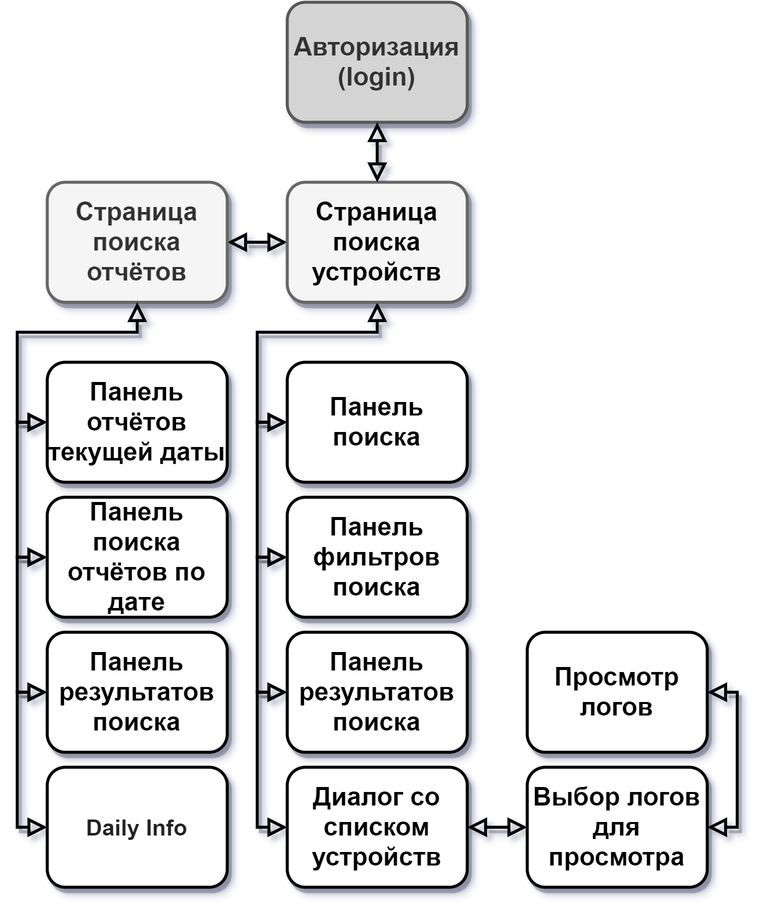
This is docs_my/explanatory_note/res/form_tree.png from Avendattor/GQW_Graduation_Qualification_Work_2020, a draw.io export, as it was before one commit. Source tidied: cells renumbered, new cells last; positions are measured from the earlier drawing's top-left corner, leaving out a move shared by most shapes.
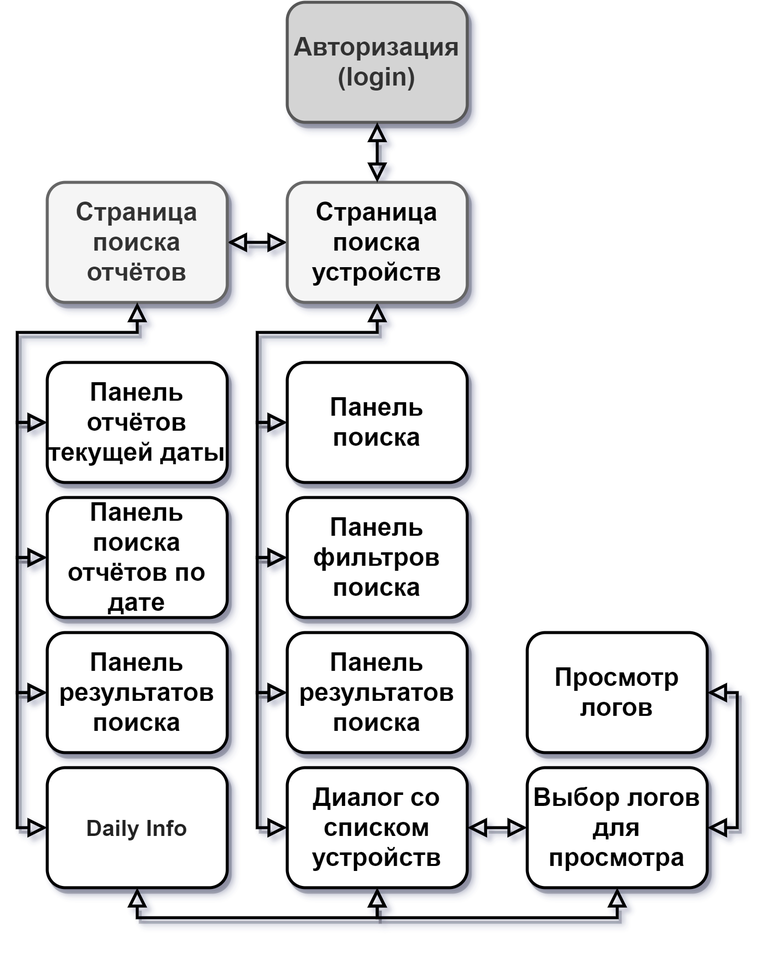
After the change.

Commit message:
EN: * form_tree

The edit, as a diff of the source:
```diff
@@ -5,7 +5,7 @@
     <mxCell id="2" value="Авторизация&lt;br&gt;(login)" style="rounded=1;whiteSpace=wrap;html=1;fontSize=17;glass=0;strokeWidth=2;shadow=1;fontStyle=1;fillColor=#D4D4D4;strokeColor=#595959;fontColor=#333333;comic=0;" parent="1" vertex="1">
       <mxGeometry x="160" width="120" height="80" as="geometry" />
     </mxCell>
-    <mxCell id="3" style="edgeStyle=orthogonalEdgeStyle;rounded=0;comic=0;jettySize=auto;html=1;exitX=0.5;exitY=1;exitDx=0;exitDy=0;entryX=0;entryY=0.5;entryDx=0;entryDy=0;shadow=1;labelBackgroundColor=none;startArrow=block;startFill=0;startSize=8;endArrow=block;endFill=0;endSize=8;strokeWidth=2;fontSize=17;" parent="1" edge="1" source="5" target="17">
+    <mxCell id="3" style="edgeStyle=orthogonalEdgeStyle;rounded=0;comic=0;jettySize=auto;html=1;exitX=0.5;exitY=1;exitDx=0;exitDy=0;entryX=0;entryY=0.5;entryDx=0;entryDy=0;shadow=1;labelBackgroundColor=none;startArrow=block;startFill=0;startSize=8;endArrow=block;endFill=0;endSize=8;strokeWidth=2;fontSize=17;" parent="1" edge="1" source="5" target="18">
       <mxGeometry relative="1" as="geometry" />
     </mxCell>
     <mxCell id="4" style="edgeStyle=orthogonalEdgeStyle;rounded=0;comic=0;jettySize=auto;html=1;exitX=0;exitY=0.5;exitDx=0;exitDy=0;entryX=1;entryY=0.5;entryDx=0;entryDy=0;shadow=1;labelBackgroundColor=none;startArrow=block;startFill=0;startSize=8;endArrow=block;endFill=0;endSize=8;strokeWidth=2;fontSize=17;" parent="1" edge="1" source="5" target="6">
@@ -29,7 +29,7 @@
     <mxCell id="10" style="edgeStyle=orthogonalEdgeStyle;rounded=0;comic=0;jettySize=auto;html=1;exitX=0;exitY=0.5;exitDx=0;exitDy=0;entryX=0;entryY=0.5;entryDx=0;entryDy=0;shadow=1;labelBackgroundColor=none;startArrow=block;startFill=0;startSize=8;endArrow=block;endFill=0;endSize=8;strokeWidth=2;fontSize=17;" parent="1" edge="1" source="12" target="13">
       <mxGeometry relative="1" as="geometry" />
     </mxCell>
-    <mxCell id="11" style="edgeStyle=orthogonalEdgeStyle;rounded=0;comic=0;jettySize=auto;html=1;exitX=0;exitY=0.5;exitDx=0;exitDy=0;entryX=0;entryY=0.5;entryDx=0;entryDy=0;shadow=1;labelBackgroundColor=none;startArrow=block;startFill=0;startSize=8;endArrow=block;endFill=0;endSize=8;strokeWidth=2;fontSize=17;" parent="1" edge="1" source="12" target="17">
+    <mxCell id="11" style="edgeStyle=orthogonalEdgeStyle;rounded=0;comic=0;jettySize=auto;html=1;exitX=0;exitY=0.5;exitDx=0;exitDy=0;entryX=0;entryY=0.5;entryDx=0;entryDy=0;shadow=1;labelBackgroundColor=none;startArrow=block;startFill=0;startSize=8;endArrow=block;endFill=0;endSize=8;strokeWidth=2;fontSize=17;" parent="1" edge="1" source="12" target="18">
       <mxGeometry relative="1" as="geometry" />
     </mxCell>
     <mxCell id="12" value="Панель фильтров поиска" style="rounded=1;whiteSpace=wrap;html=1;fontSize=17;glass=0;strokeWidth=2;shadow=1;fontStyle=1;comic=0;" parent="1" vertex="1">
@@ -38,44 +38,50 @@
     <mxCell id="13" value="Панель результатов поиска" style="rounded=1;whiteSpace=wrap;html=1;fontSize=17;glass=0;strokeWidth=2;shadow=1;fontStyle=1;comic=0;" parent="1" vertex="1">
       <mxGeometry x="160" y="420" width="120" height="80" as="geometry" />
     </mxCell>
-    <mxCell id="14" style="edgeStyle=orthogonalEdgeStyle;rounded=0;comic=0;jettySize=auto;html=1;exitX=0;exitY=0.5;exitDx=0;exitDy=0;entryX=0;entryY=0.5;entryDx=0;entryDy=0;shadow=1;labelBackgroundColor=none;startArrow=block;startFill=0;startSize=8;endArrow=block;endFill=0;endSize=8;strokeWidth=2;fontSize=17;" parent="1" edge="1" source="16" target="13">
+    <mxCell id="14" style="edgeStyle=orthogonalEdgeStyle;rounded=0;comic=0;jettySize=auto;html=1;exitX=0;exitY=0.5;exitDx=0;exitDy=0;entryX=0;entryY=0.5;entryDx=0;entryDy=0;shadow=1;labelBackgroundColor=none;startArrow=block;startFill=0;startSize=8;endArrow=block;endFill=0;endSize=8;strokeWidth=2;fontSize=17;" parent="1" edge="1" source="17" target="13">
       <mxGeometry relative="1" as="geometry" />
     </mxCell>
-    <mxCell id="15" style="edgeStyle=orthogonalEdgeStyle;rounded=0;comic=0;jettySize=auto;html=1;exitX=1;exitY=0.5;exitDx=0;exitDy=0;entryX=0;entryY=0.5;entryDx=0;entryDy=0;shadow=1;labelBackgroundColor=none;startArrow=block;startFill=0;startSize=8;endArrow=block;endFill=0;endSize=8;strokeWidth=2;fontSize=17;" parent="1" edge="1" source="16" target="25">
+    <mxCell id="15" style="edgeStyle=orthogonalEdgeStyle;rounded=0;comic=0;jettySize=auto;html=1;exitX=1;exitY=0.5;exitDx=0;exitDy=0;entryX=0;entryY=0.5;entryDx=0;entryDy=0;shadow=1;labelBackgroundColor=none;startArrow=block;startFill=0;startSize=8;endArrow=block;endFill=0;endSize=8;strokeWidth=2;fontSize=17;" parent="1" edge="1" source="17" target="27">
       <mxGeometry relative="1" as="geometry" />
     </mxCell>
-    <mxCell id="16" value="Диалог со списком устройств" style="rounded=1;whiteSpace=wrap;html=1;fontSize=17;glass=0;strokeWidth=2;shadow=1;fontStyle=1;comic=0;" parent="1" vertex="1">
-      <mxGeometry x="160" y="510" width="120" height="80" as="geometry" />
+    <mxCell id="16" style="edgeStyle=orthogonalEdgeStyle;rounded=0;comic=0;jettySize=auto;html=1;exitX=0.5;exitY=1;exitDx=0;exitDy=0;entryX=0.5;entryY=1;entryDx=0;entryDy=0;shadow=1;labelBackgroundColor=none;startArrow=block;startFill=0;startSize=8;endArrow=block;endFill=0;endSize=8;strokeWidth=2;fontSize=17;" parent="1" edge="1" source="17" target="27">
+      <mxGeometry relative="1" as="geometry" />
     </mxCell>
-    <mxCell id="17" value="Панель поиска" style="rounded=1;whiteSpace=wrap;html=1;fontSize=17;glass=0;strokeWidth=2;shadow=1;fontStyle=1;comic=0;" parent="1" vertex="1">
-      <mxGeometry x="160" y="240" width="120" height="80" as="geometry" />
+    <mxCell id="17" value="Диалог со списком устройств" style="rounded=1;whiteSpace=wrap;html=1;fontSize=17;glass=0;strokeWidth=2;shadow=1;fontStyle=1;comic=0;" parent="1" vertex="1">
+      <mxGeometry x="160" y="510" width="120" height="80" as="geometry" />
     </mxCell>
-    <mxCell id="18" style="edgeStyle=orthogonalEdgeStyle;rounded=0;comic=0;jettySize=auto;html=1;exitX=0;exitY=0.5;exitDx=0;exitDy=0;entryX=0;entryY=0.5;entryDx=0;entryDy=0;shadow=1;labelBackgroundColor=none;startArrow=block;startFill=0;startSize=8;endArrow=block;endFill=0;endSize=8;strokeWidth=2;fontSize=17;" parent="1" edge="1" source="20" target="9">
-      <mxGeometry relative="1" as="geometry" />
+    <mxCell id="18" value="Панель поиска" style="rounded=1;whiteSpace=wrap;html=1;fontSize=17;glass=0;strokeWidth=2;shadow=1;fontStyle=1;comic=0;" parent="1" vertex="1">
+      <mxGeometry x="160" y="240" width="120" height="80" as="geometry" />
     </mxCell>
-    <mxCell id="19" style="edgeStyle=orthogonalEdgeStyle;rounded=0;comic=0;jettySize=auto;html=1;exitX=0;exitY=0.5;exitDx=0;exitDy=0;entryX=0;entryY=0.5;entryDx=0;entryDy=0;shadow=1;labelBackgroundColor=none;startArrow=block;startFill=0;startSize=8;endArrow=block;endFill=0;endSize=8;strokeWidth=2;fontSize=17;" parent="1" edge="1" source="20" target="22">
+    <mxCell id="19" style="edgeStyle=orthogonalEdgeStyle;rounded=0;comic=0;jettySize=auto;html=1;exitX=0;exitY=0.5;exitDx=0;exitDy=0;entryX=0;entryY=0.5;entryDx=0;entryDy=0;shadow=1;labelBackgroundColor=none;startArrow=block;startFill=0;startSize=8;endArrow=block;endFill=0;endSize=8;strokeWidth=2;fontSize=17;" parent="1" edge="1" source="21" target="9">
       <mxGeometry relative="1" as="geometry" />
     </mxCell>
-    <mxCell id="20" value="Панель поиска отчётов по дате" style="rounded=1;whiteSpace=wrap;html=1;fontSize=17;glass=0;strokeWidth=2;shadow=1;fontStyle=1;comic=0;" parent="1" vertex="1">
-      <mxGeometry y="330" width="120" height="80" as="geometry" />
+    <mxCell id="20" style="edgeStyle=orthogonalEdgeStyle;rounded=0;comic=0;jettySize=auto;html=1;exitX=0;exitY=0.5;exitDx=0;exitDy=0;entryX=0;entryY=0.5;entryDx=0;entryDy=0;shadow=1;labelBackgroundColor=none;startArrow=block;startFill=0;startSize=8;endArrow=block;endFill=0;endSize=8;strokeWidth=2;fontSize=17;" parent="1" edge="1" source="21" target="23">
+      <mxGeometry relative="1" as="geometry" />
     </mxCell>
-    <mxCell id="21" style="edgeStyle=orthogonalEdgeStyle;rounded=0;comic=0;jettySize=auto;html=1;exitX=0;exitY=0.5;exitDx=0;exitDy=0;entryX=0;entryY=0.5;entryDx=0;entryDy=0;shadow=1;labelBackgroundColor=none;startArrow=block;startFill=0;startSize=8;endArrow=block;endFill=0;endSize=8;strokeWidth=2;fontSize=17;" parent="1" edge="1" source="22" target="23">
-      <mxGeometry relative="1" as="geometry" />
+    <mxCell id="21" value="Панель поиска отчётов по дате" style="rounded=1;whiteSpace=wrap;html=1;fontSize=17;glass=0;strokeWidth=2;shadow=1;fontStyle=1;comic=0;" parent="1" vertex="1">
+      <mxGeometry y="330" width="120" height="80" as="geometry" />
     </mxCell>
-    <mxCell id="22" value="Панель результатов поиска" style="rounded=1;whiteSpace=wrap;html=1;fontSize=17;glass=0;strokeWidth=2;shadow=1;fontStyle=1;comic=0;" parent="1" vertex="1">
-      <mxGeometry y="420" width="120" height="80" as="geometry" />
+    <mxCell id="22" style="edgeStyle=orthogonalEdgeStyle;rounded=0;comic=0;jettySize=auto;html=1;exitX=0;exitY=0.5;exitDx=0;exitDy=0;entryX=0;entryY=0.5;entryDx=0;entryDy=0;shadow=1;labelBackgroundColor=none;startArrow=block;startFill=0;startSize=8;endArrow=block;endFill=0;endSize=8;strokeWidth=2;fontSize=17;" parent="1" edge="1" source="23" target="25">
+      <mxGeometry relative="1" as="geometry" />
     </mxCell>
-    <mxCell id="23" value="&lt;p&gt;&lt;span style=&quot;color: rgba(0 , 0 , 0 , 0.87) ; font-family: , &amp;#34;blinkmacsystemfont&amp;#34; , &amp;#34;segoe ui&amp;#34; , &amp;#34;roboto&amp;#34; , , &amp;#34;ubuntu&amp;#34; , &amp;#34;cantarell&amp;#34; , &amp;#34;helvetica neue&amp;#34; , sans-serif ; font-size: 15px ; background-color: rgb(255 , 255 , 255)&quot;&gt;Daily Info&lt;/span&gt;&lt;/p&gt;" style="rounded=1;whiteSpace=wrap;html=1;fontSize=17;glass=0;strokeWidth=2;shadow=1;fontStyle=1;comic=0;" parent="1" vertex="1">
-      <mxGeometry y="510" width="120" height="80" as="geometry" />
+    <mxCell id="23" value="Панель результатов поиска" style="rounded=1;whiteSpace=wrap;html=1;fontSize=17;glass=0;strokeWidth=2;shadow=1;fontStyle=1;comic=0;" parent="1" vertex="1">
+      <mxGeometry y="420" width="120" height="80" as="geometry" />
     </mxCell>
-    <mxCell id="24" style="edgeStyle=orthogonalEdgeStyle;rounded=0;comic=0;jettySize=auto;html=1;exitX=1;exitY=0.5;exitDx=0;exitDy=0;entryX=1;entryY=0.5;entryDx=0;entryDy=0;shadow=1;labelBackgroundColor=none;startArrow=block;startFill=0;startSize=8;endArrow=block;endFill=0;endSize=8;strokeWidth=2;fontSize=17;" parent="1" edge="1" source="25" target="26">
+    <mxCell id="24" style="edgeStyle=orthogonalEdgeStyle;rounded=0;comic=0;jettySize=auto;html=1;exitX=0.5;exitY=1;exitDx=0;exitDy=0;entryX=0.5;entryY=1;entryDx=0;entryDy=0;shadow=1;labelBackgroundColor=none;startArrow=block;startFill=0;startSize=8;endArrow=block;endFill=0;endSize=8;strokeWidth=2;fontSize=17;" parent="1" edge="1" source="25" target="17">
       <mxGeometry relative="1" as="geometry" />
     </mxCell>
-    <mxCell id="25" value="Выбор логов для просмотра" style="rounded=1;whiteSpace=wrap;html=1;fontSize=17;glass=0;strokeWidth=2;shadow=1;fontStyle=1;comic=0;" parent="1" vertex="1">
-      <mxGeometry x="320" y="510" width="120" height="80" as="geometry" />
+    <mxCell id="25" value="&lt;p&gt;&lt;span style=&quot;color: rgba(0 , 0 , 0 , 0.87) ; font-family: , &amp;#34;blinkmacsystemfont&amp;#34; , &amp;#34;segoe ui&amp;#34; , &amp;#34;roboto&amp;#34; , , &amp;#34;ubuntu&amp;#34; , &amp;#34;cantarell&amp;#34; , &amp;#34;helvetica neue&amp;#34; , sans-serif ; font-size: 15px ; background-color: rgb(255 , 255 , 255)&quot;&gt;Daily Info&lt;/span&gt;&lt;/p&gt;" style="rounded=1;whiteSpace=wrap;html=1;fontSize=17;glass=0;strokeWidth=2;shadow=1;fontStyle=1;comic=0;" parent="1" vertex="1">
+      <mxGeometry y="510" width="120" height="80" as="geometry" />
     </mxCell>
-    <mxCell id="26" value="Просмотр логов" style="rounded=1;whiteSpace=wrap;html=1;fontSize=17;glass=0;strokeWidth=2;shadow=1;fontStyle=1;comic=0;" parent="1" vertex="1">
-      <mxGeometry x="320" y="420" width="120" height="80" as="geometry" />
+    <mxCell id="26" style="edgeStyle=orthogonalEdgeStyle;rounded=0;comic=0;jettySize=auto;html=1;exitX=1;exitY=0.5;exitDx=0;exitDy=0;entryX=1;entryY=0.5;entryDx=0;entryDy=0;shadow=1;labelBackgroundColor=none;startArrow=block;startFill=0;startSize=8;endArrow=block;endFill=0;endSize=8;strokeWidth=2;fontSize=17;" parent="1" edge="1" source="27" target="28">
+      <mxGeometry relative="1" as="geometry" />
     </mxCell>
+    <mxCell id="27" value="Выбор логов для просмотра" style="rounded=1;whiteSpace=wrap;html=1;fontSize=17;glass=0;strokeWidth=2;shadow=1;fontStyle=1;comic=0;" parent="1" vertex="1">
+      <mxGeometry x="320" y="510" width="120" height="80" as="geometry" />
+    </mxCell>
+    <mxCell id="28" value="Просмотр логов" style="rounded=1;whiteSpace=wrap;html=1;fontSize=17;glass=0;strokeWidth=2;shadow=1;fontStyle=1;comic=0;" parent="1" vertex="1">
+      <mxGeometry x="320" y="420" width="120" height="80" as="geometry" />
+    </mxCell>
   </root>
 </mxGraphModel>
```
